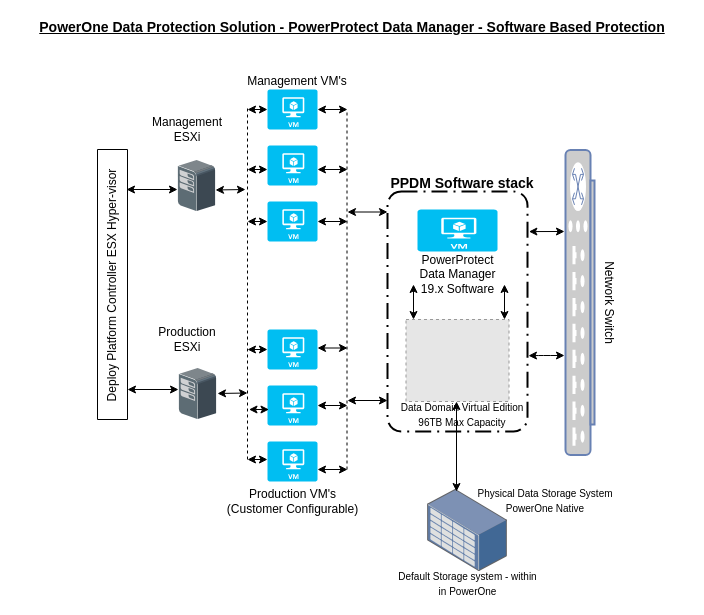
vishwa2311/poc-timemachine keeps this draw.io diagram as Untitled Diagram1.drawio. Above is the earlier version. Source tidied: cells renumbered, new cells numbered last; positions are measured from the earlier drawing's top-left corner, leaving out a move shared by most shapes. Both pictures are drawn from the tidied source at 100%, with x=0, y=0 at pixel (-23, 17). Pictures stored in the file or linked from it are replaced by grey dashed boxes.
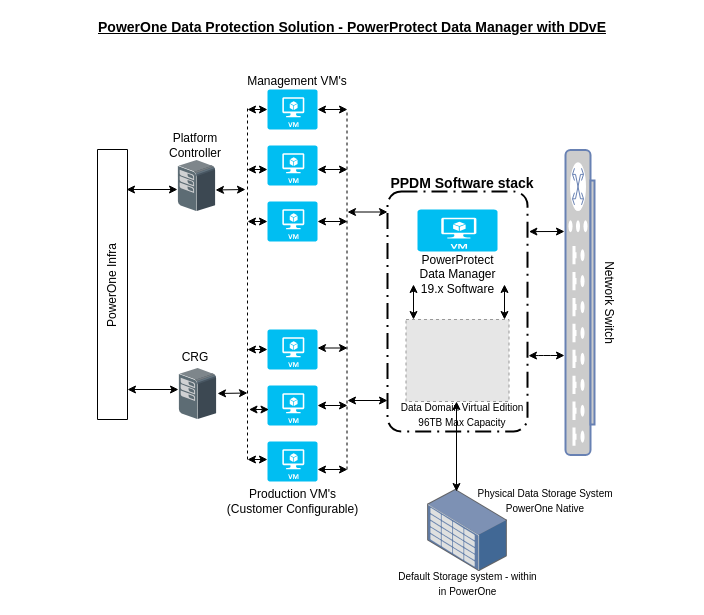
After the change.

Change to the diagram source:
```diff
@@
-    <mxCell id="8" value="Management ESXi" style="text;html=1;strokeColor=none;fillColor=none;align=center;verticalAlign=middle;whiteSpace=wrap;rounded=0;" parent="1" vertex="1">
-      <mxGeometry x="190" y="102" width="40" height="20" as="geometry" />
+    <mxCell id="8" value="Platform Controller" style="text;html=1;strokeColor=none;fillColor=none;align=center;verticalAlign=middle;whiteSpace=wrap;rounded=0;" parent="1" vertex="1">
+      <mxGeometry x="198" y="118" width="40" height="20" as="geometry" />
     </mxCell>
@@
-    <mxCell id="11" value="Production ESXi" style="text;html=1;strokeColor=none;fillColor=none;align=center;verticalAlign=middle;whiteSpace=wrap;rounded=0;" parent="1" vertex="1">
-      <mxGeometry x="190" y="312" width="40" height="20" as="geometry" />
+    <mxCell id="11" value="CRG" style="text;html=1;strokeColor=none;fillColor=none;align=center;verticalAlign=middle;whiteSpace=wrap;rounded=0;" parent="1" vertex="1">
+      <mxGeometry x="198" y="330" width="40" height="20" as="geometry" />
     </mxCell>
@@
-    <mxCell id="16" value="Deploy Platform Controller ESX Hyper-visor" style="text;html=1;strokeColor=none;fillColor=none;align=center;verticalAlign=middle;whiteSpace=wrap;rounded=0;rotation=-90;" parent="1" vertex="1">
+    <mxCell id="16" value="PowerOne Infra" style="text;html=1;strokeColor=none;fillColor=none;align=center;verticalAlign=middle;whiteSpace=wrap;rounded=0;rotation=-90;" parent="1" vertex="1">
       <mxGeometry x="2" y="253" width="266" height="30" as="geometry" />
     </mxCell>
@@
-    <mxCell id="36" value="&lt;font style=&quot;font-size: 14px&quot;&gt;&lt;u&gt;&lt;b&gt;PowerOne Data Protection Solution - PowerProtect Data Manager - Software Based Protection&lt;/b&gt;&lt;/u&gt;&lt;/font&gt;" style="text;html=1;strokeColor=none;fillColor=none;align=center;verticalAlign=middle;whiteSpace=wrap;rounded=0;" parent="1" vertex="1">
+    <mxCell id="36" value="&lt;font style=&quot;font-size: 14px&quot;&gt;&lt;u&gt;&lt;b&gt;PowerOne Data Protection Solution - PowerProtect Data Manager with DDvE&lt;/b&gt;&lt;/u&gt;&lt;/font&gt;" style="text;html=1;strokeColor=none;fillColor=none;align=center;verticalAlign=middle;whiteSpace=wrap;rounded=0;" parent="1" vertex="1">
       <mxGeometry x="40" width="670" height="20" as="geometry" />
     </mxCell>
```
